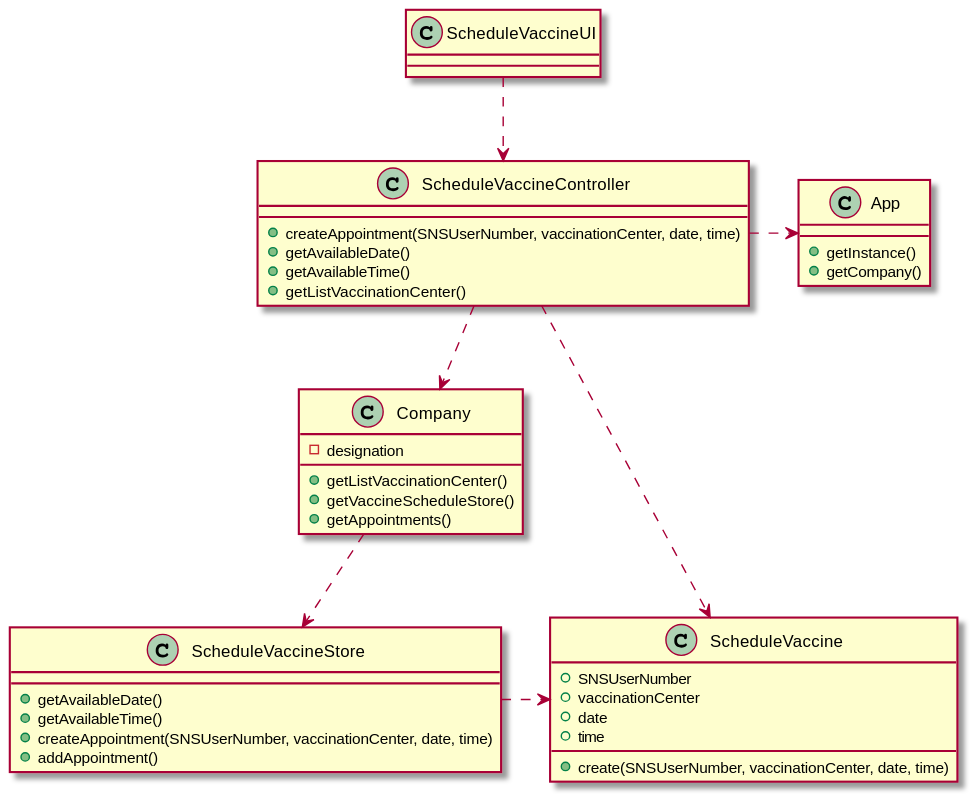
Before: docs/SprintC/US1/US1_CD.svg, a diagram exported from PlantUML (diogonapoles/isep-lapr2). Its diagram source:
```plantuml
@startuml

class ScheduleVaccineController{
+createAppointment(SNSUserNumber, vaccinationCenter, date, time)
+getAvailableDate()
+getAvailableTime()
+getListVaccinationCenter()
}

class ScheduleVaccineUI{
}

class ScheduleVaccine{
+SNSUserNumber
+ vaccinationCenter
+date
+time
+create(SNSUserNumber, vaccinationCenter, date, time)

}

class Company{
-designation
+getListVaccinationCenter()
+getVaccineScheduleStore()
+getAppointments()

}

class ScheduleVaccineStore{
+getAvailableDate()
+getAvailableTime()
+createAppointment(SNSUserNumber, vaccinationCenter, date, time)
+addAppointment()
}

class App{
+getInstance()
+getCompany()
}

ScheduleVaccineUI .down.> ScheduleVaccineController
ScheduleVaccineController .down.> Company
ScheduleVaccineController .> ScheduleVaccine
ScheduleVaccineController .>App
Company .down.> ScheduleVaccineStore
ScheduleVaccineStore .> ScheduleVaccine
@enduml
```
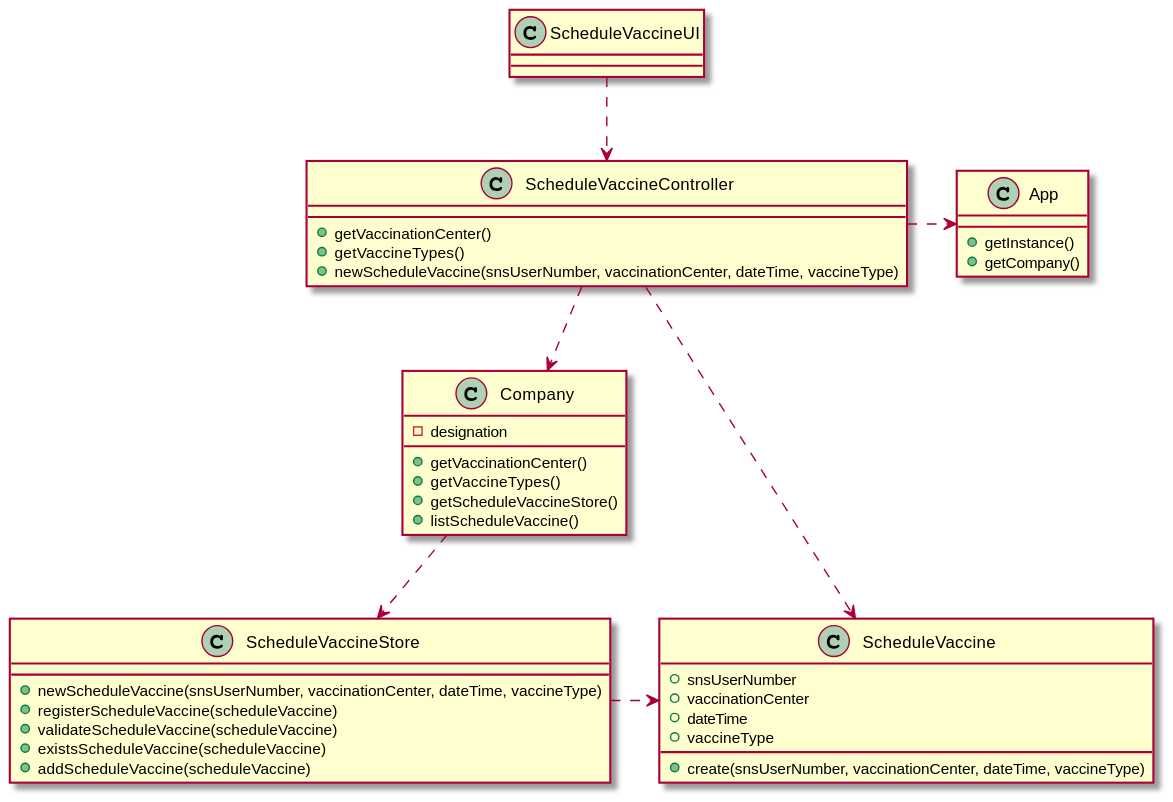
After the change.

Change to the diagram source:
```diff
@@ -1,37 +1,36 @@
 @startuml
 
 class ScheduleVaccineController{
-+createAppointment(SNSUserNumber, vaccinationCenter, date, time)
-+getAvailableDate()
-+getAvailableTime()
-+getListVaccinationCenter()
++getVaccinationCenter()
++getVaccineTypes()
++newScheduleVaccine(snsUserNumber, vaccinationCenter, dateTime, vaccineType)
 }
 
 class ScheduleVaccineUI{
 }
 
 class ScheduleVaccine{
-+SNSUserNumber
++snsUserNumber
 + vaccinationCenter
-+date
-+time
-+create(SNSUserNumber, vaccinationCenter, date, time)
-
++dateTime
++vaccineType
++create(snsUserNumber, vaccinationCenter, dateTime, vaccineType)
 }
 
 class Company{
 -designation
-+getListVaccinationCenter()
-+getVaccineScheduleStore()
-+getAppointments()
-
++getVaccinationCenter()
++getVaccineTypes()
++getScheduleVaccineStore()
++listScheduleVaccine()
 }
 
 class ScheduleVaccineStore{
-+getAvailableDate()
-+getAvailableTime()
-+createAppointment(SNSUserNumber, vaccinationCenter, date, time)
-+addAppointment()
++newScheduleVaccine(snsUserNumber, vaccinationCenter, dateTime, vaccineType)
++registerScheduleVaccine(scheduleVaccine)
++validateScheduleVaccine(scheduleVaccine)
++existsScheduleVaccine(scheduleVaccine)
++addScheduleVaccine(scheduleVaccine)
 }
 
 class App{
```
